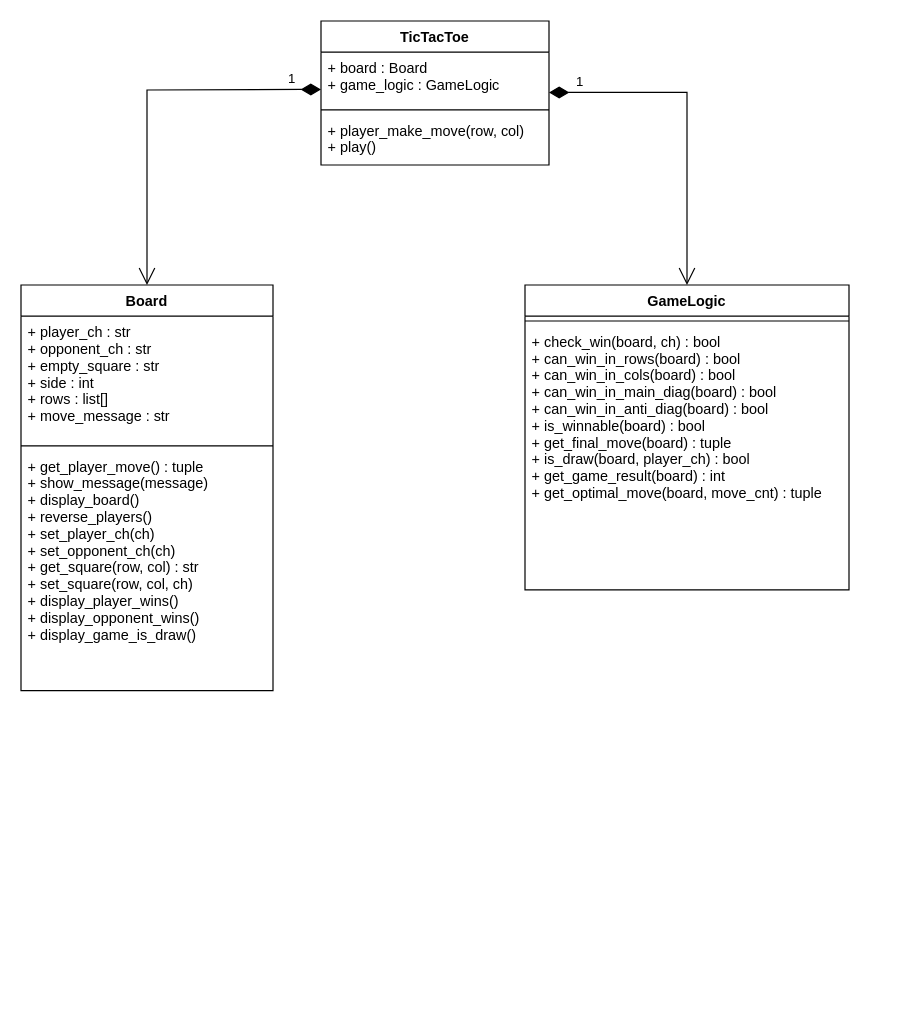
Above: Doc/Class_Diagram.drawio in dimitarnn/PythonTicTacToe (draw.io), before the change. Source tidied: cells renumbered, new cells numbered last; positions are measured from the earlier drawing's top-left corner, leaving out a move shared by most shapes. Both pictures are drawn from the tidied source at 120%, with x=0, y=0 at pixel (20, 20).
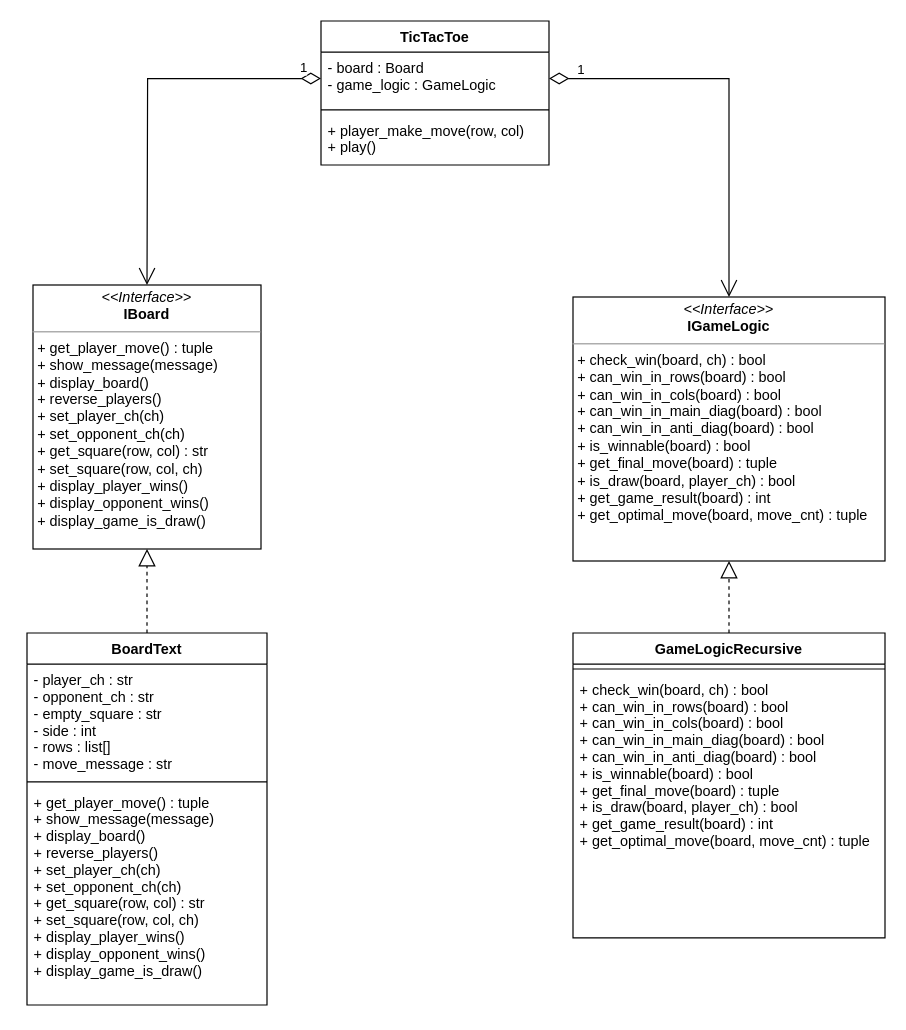
The same page after the edit.

Diff of the diagram source:
```diff
@@
 <mxGraphModel>
   <root>
     <mxCell id="0" />
     <mxCell id="1" parent="0" />
-    <mxCell id="2" value="Board" style="swimlane;fontStyle=1;align=center;verticalAlign=top;horizontal=1;startSize=26;" parent="1" vertex="1">
-      <mxGeometry y="220" width="210" height="338" as="geometry" />
-    </mxCell>
-    <mxCell id="3" value="+ player_ch : str&#10;+ opponent_ch : str&#10;+ empty_square : str&#10;+ side : int&#10;+ rows : list[]&#10;+ move_message : str" style="text;strokeColor=none;fillColor=none;align=left;verticalAlign=top;spacingLeft=4;spacingRight=4;overflow=hidden;" parent="2" vertex="1">
-      <mxGeometry y="26" width="210" height="104" as="geometry" />
-    </mxCell>
-    <mxCell id="4" style="line;strokeWidth=1;fillColor=none;align=left;verticalAlign=middle;spacingTop=-1;spacingLeft=3;spacingRight=3;labelPosition=right;" parent="2" vertex="1">
-      <mxGeometry y="130" width="210" height="8" as="geometry" />
-    </mxCell>
-    <mxCell id="5" value="+ get_player_move() : tuple&#10;+ show_message(message)&#10;+ display_board()&#10;+ reverse_players()&#10;+ set_player_ch(ch)&#10;+ set_opponent_ch(ch)&#10;+ get_square(row, col) : str&#10;+ set_square(row, col, ch)&#10;+ display_player_wins()&#10;+ display_opponent_wins()&#10;+ display_game_is_draw()" style="text;strokeColor=none;fillColor=none;align=left;verticalAlign=top;spacingLeft=4;spacingRight=4;overflow=hidden;" parent="2" vertex="1">
-      <mxGeometry y="138" width="210" height="200" as="geometry" />
-    </mxCell>
-    <mxCell id="6" value="GameLogic" style="swimlane;fontStyle=1;align=center;verticalAlign=top;horizontal=1;startSize=26;" parent="1" vertex="1">
-      <mxGeometry x="420" y="220" width="270" height="254" as="geometry" />
-    </mxCell>
-    <mxCell id="7" style="line;strokeWidth=1;fillColor=none;align=left;verticalAlign=middle;spacingTop=-1;spacingLeft=3;spacingRight=3;labelPosition=right;" parent="6" vertex="1">
-      <mxGeometry y="26" width="270" height="8" as="geometry" />
-    </mxCell>
+    <mxCell id="15" value="GameLogicRecursive" style="swimlane;fontStyle=1;align=center;verticalAlign=top;horizontal=1;startSize=26;" parent="1" vertex="1">
+      <mxGeometry x="460" y="510" width="260" height="254" as="geometry" />
+    </mxCell>
+    <mxCell id="16" style="line;strokeWidth=1;fillColor=none;align=left;verticalAlign=middle;spacingTop=-1;spacingLeft=3;spacingRight=3;labelPosition=right;" parent="15" vertex="1">
+      <mxGeometry y="26" width="260" height="8" as="geometry" />
+    </mxCell>
-    <mxCell id="8" value="+ check_win(board, ch) : bool&#10;+ can_win_in_rows(board) : bool&#10;+ can_win_in_cols(board) : bool&#10;+ can_win_in_main_diag(board) : bool&#10;+ can_win_in_anti_diag(board) : bool&#10;+ is_winnable(board) : bool&#10;+ get_final_move(board) : tuple&#10;+ is_draw(board, player_ch) : bool&#10;+ get_game_result(board) : int&#10;+ get_optimal_move(board, move_cnt) : tuple" style="text;strokeColor=none;fillColor=none;align=left;verticalAlign=top;spacingLeft=4;spacingRight=4;overflow=hidden;" parent="6" vertex="1">
-      <mxGeometry y="34" width="270" height="220" as="geometry" />
+    <mxCell id="8" value="+ check_win(board, ch) : bool&#10;+ can_win_in_rows(board) : bool&#10;+ can_win_in_cols(board) : bool&#10;+ can_win_in_main_diag(board) : bool&#10;+ can_win_in_anti_diag(board) : bool&#10;+ is_winnable(board) : bool&#10;+ get_final_move(board) : tuple&#10;+ is_draw(board, player_ch) : bool&#10;+ get_game_result(board) : int&#10;+ get_optimal_move(board, move_cnt) : tuple" style="text;strokeColor=none;fillColor=none;align=left;verticalAlign=top;spacingLeft=4;spacingRight=4;overflow=hidden;" parent="15" vertex="1">
+      <mxGeometry y="34" width="260" height="220" as="geometry" />
     </mxCell>
     <mxCell id="9" value="TicTacToe" style="swimlane;fontStyle=1;align=center;verticalAlign=top;horizontal=1;startSize=26;" parent="1" vertex="1">
       <mxGeometry x="250" width="190" height="120" as="geometry" />
     </mxCell>
-    <mxCell id="10" value="+ board : Board&#10;+ game_logic : GameLogic" style="text;strokeColor=none;fillColor=none;align=left;verticalAlign=top;spacingLeft=4;spacingRight=4;overflow=hidden;" parent="9" vertex="1">
-      <mxGeometry y="26" width="190" height="44" as="geometry" />
-    </mxCell>
+    <mxCell id="17" value="- board : Board&#10;- game_logic : GameLogic" style="text;strokeColor=none;fillColor=none;align=left;verticalAlign=top;spacingLeft=4;spacingRight=4;overflow=hidden;points=[[0,0.5],[1,0.5]];portConstraint=eastwest;" parent="9" vertex="1">
+      <mxGeometry y="26" width="190" height="44" as="geometry" />
+    </mxCell>
     <mxCell id="11" style="line;strokeWidth=1;fillColor=none;align=left;verticalAlign=middle;spacingTop=-1;spacingLeft=3;spacingRight=3;labelPosition=right;" parent="9" vertex="1">
       <mxGeometry y="70" width="190" height="8" as="geometry" />
     </mxCell>
     <mxCell id="12" value="+ player_make_move(row, col)&#10;+ play()" style="text;strokeColor=none;fillColor=none;align=left;verticalAlign=top;spacingLeft=4;spacingRight=4;overflow=hidden;" parent="9" vertex="1">
       <mxGeometry y="78" width="190" height="42" as="geometry" />
     </mxCell>
-    <mxCell id="13" value="1" style="endArrow=open;html=1;endSize=12;startArrow=diamondThin;startSize=14;startFill=1;edgeStyle=orthogonalEdgeStyle;align=left;verticalAlign=bottom;rounded=0;entryX=0.5;entryY=0;entryDx=0;entryDy=0;" parent="1" edge="1" target="6">
-      <mxGeometry x="-0.85" relative="1" as="geometry">
-        <mxPoint x="440" y="59.5" as="sourcePoint" />
-        <Array as="points">
-          <mxPoint x="555" y="60" />
-        </Array>
-      </mxGeometry>
-    </mxCell>
-    <mxCell id="14" value="1" style="endArrow=open;html=1;endSize=12;startArrow=diamondThin;startSize=14;startFill=1;edgeStyle=orthogonalEdgeStyle;align=left;verticalAlign=bottom;rounded=0;entryX=0.5;entryY=0;entryDx=0;entryDy=0;" parent="1" edge="1" target="2">
-      <mxGeometry x="-0.81" relative="1" as="geometry">
-        <mxPoint x="250" y="57" as="sourcePoint" />
-      </mxGeometry>
-    </mxCell>
+    <mxCell id="18" value="1" style="endArrow=open;html=1;endSize=12;startArrow=diamondThin;startSize=14;startFill=0;edgeStyle=orthogonalEdgeStyle;align=left;verticalAlign=bottom;rounded=0;exitX=0;exitY=0.5;exitDx=0;exitDy=0;" parent="1" edge="1" source="17">
+      <mxGeometry x="-0.88" relative="1" as="geometry">
+        <mxPoint x="105" y="220" as="targetPoint" />
+      </mxGeometry>
+    </mxCell>
+    <mxCell id="19" value="1" style="endArrow=open;html=1;endSize=12;startArrow=diamondThin;startSize=14;startFill=0;edgeStyle=orthogonalEdgeStyle;align=left;verticalAlign=bottom;rounded=0;exitX=1;exitY=0.5;exitDx=0;exitDy=0;entryX=0.5;entryY=0;entryDx=0;entryDy=0;" parent="1" edge="1" source="17" target="26">
+      <mxGeometry x="-0.87" y="-2" relative="1" as="geometry" />
+    </mxCell>
+    <mxCell id="20" value="BoardText" style="swimlane;fontStyle=1;align=center;verticalAlign=top;horizontal=1;startSize=26;" parent="1" vertex="1">
+      <mxGeometry x="5" y="510" width="200" height="310" as="geometry" />
+    </mxCell>
+    <mxCell id="21" value="- player_ch : str&#10;- opponent_ch : str&#10;- empty_square : str&#10;- side : int&#10;- rows : list[]&#10;- move_message : str" style="text;strokeColor=none;fillColor=none;align=left;verticalAlign=top;spacingLeft=4;spacingRight=4;overflow=hidden;" parent="20" vertex="1">
+      <mxGeometry y="26" width="200" height="94" as="geometry" />
+    </mxCell>
+    <mxCell id="22" style="line;strokeWidth=1;fillColor=none;align=left;verticalAlign=middle;spacingTop=-1;spacingLeft=3;spacingRight=3;labelPosition=right;" parent="20" vertex="1">
+      <mxGeometry y="120" width="200" height="8" as="geometry" />
+    </mxCell>
+    <mxCell id="5" value="+ get_player_move() : tuple&#10;+ show_message(message)&#10;+ display_board()&#10;+ reverse_players()&#10;+ set_player_ch(ch)&#10;+ set_opponent_ch(ch)&#10;+ get_square(row, col) : str&#10;+ set_square(row, col, ch)&#10;+ display_player_wins()&#10;+ display_opponent_wins()&#10;+ display_game_is_draw()" style="text;strokeColor=none;fillColor=none;align=left;verticalAlign=top;spacingLeft=4;spacingRight=4;overflow=hidden;" parent="20" vertex="1">
+      <mxGeometry y="128" width="200" height="182" as="geometry" />
+    </mxCell>
+    <mxCell id="23" style="endArrow=block;dashed=1;endFill=0;endSize=12;html=1;rounded=0;exitX=0.5;exitY=0;exitDx=0;exitDy=0;entryX=0.5;entryY=1;entryDx=0;entryDy=0;" parent="1" edge="1" source="15" target="26">
+      <mxGeometry relative="1" as="geometry" />
+    </mxCell>
+    <mxCell id="24" style="endArrow=block;dashed=1;endFill=0;endSize=12;html=1;rounded=0;exitX=0.5;exitY=0;exitDx=0;exitDy=0;entryX=0.5;entryY=1;entryDx=0;entryDy=0;" parent="1" edge="1" source="20" target="25">
+      <mxGeometry relative="1" as="geometry" />
+    </mxCell>
+    <mxCell id="25" value="&lt;p style=&quot;margin: 0px ; margin-top: 4px ; text-align: center&quot;&gt;&lt;i&gt;&amp;lt;&amp;lt;Interface&amp;gt;&amp;gt;&lt;/i&gt;&lt;br&gt;&lt;b&gt;IBoard&lt;/b&gt;&lt;/p&gt;&lt;hr size=&quot;1&quot;&gt;&lt;p style=&quot;margin: 0px ; margin-left: 4px&quot;&gt;+ get_player_move() : tuple&lt;br style=&quot;padding: 0px ; margin: 0px&quot;&gt;+ show_message(message)&lt;br style=&quot;padding: 0px ; margin: 0px&quot;&gt;+ display_board()&lt;br style=&quot;padding: 0px ; margin: 0px&quot;&gt;+ reverse_players()&lt;br style=&quot;padding: 0px ; margin: 0px&quot;&gt;+ set_player_ch(ch)&lt;br style=&quot;padding: 0px ; margin: 0px&quot;&gt;+ set_opponent_ch(ch)&lt;br style=&quot;padding: 0px ; margin: 0px&quot;&gt;+ get_square(row, col) : str&lt;br style=&quot;padding: 0px ; margin: 0px&quot;&gt;+ set_square(row, col, ch)&lt;br style=&quot;padding: 0px ; margin: 0px&quot;&gt;+ display_player_wins()&lt;br style=&quot;padding: 0px ; margin: 0px&quot;&gt;+ display_opponent_wins()&lt;br style=&quot;padding: 0px ; margin: 0px&quot;&gt;+ display_game_is_draw()&lt;br&gt;&lt;/p&gt;" style="verticalAlign=top;align=left;overflow=fill;fontSize=12;fontFamily=Helvetica;html=1;" parent="1" vertex="1">
+      <mxGeometry x="10" y="220" width="190" height="220" as="geometry" />
+    </mxCell>
+    <mxCell id="26" value="&lt;p style=&quot;margin: 0px ; margin-top: 4px ; text-align: center&quot;&gt;&lt;i&gt;&amp;lt;&amp;lt;Interface&amp;gt;&amp;gt;&lt;/i&gt;&lt;br&gt;&lt;b&gt;IGameLogic&lt;/b&gt;&lt;/p&gt;&lt;hr size=&quot;1&quot;&gt;&lt;p style=&quot;margin: 0px ; margin-left: 4px&quot;&gt;+ check_win(board, ch) : bool&lt;br style=&quot;padding: 0px ; margin: 0px&quot;&gt;+ can_win_in_rows(board) : bool&lt;br style=&quot;padding: 0px ; margin: 0px&quot;&gt;+ can_win_in_cols(board) : bool&lt;br style=&quot;padding: 0px ; margin: 0px&quot;&gt;+ can_win_in_main_diag(board) : bool&lt;br style=&quot;padding: 0px ; margin: 0px&quot;&gt;+ can_win_in_anti_diag(board) : bool&lt;br style=&quot;padding: 0px ; margin: 0px&quot;&gt;+ is_winnable(board) : bool&lt;br style=&quot;padding: 0px ; margin: 0px&quot;&gt;+ get_final_move(board) : tuple&lt;br style=&quot;padding: 0px ; margin: 0px&quot;&gt;+ is_draw(board, player_ch) : bool&lt;br style=&quot;padding: 0px ; margin: 0px&quot;&gt;+ get_game_result(board) : int&lt;br style=&quot;padding: 0px ; margin: 0px&quot;&gt;+ get_optimal_move(board, move_cnt) : tuple&lt;br&gt;&lt;/p&gt;" style="verticalAlign=top;align=left;overflow=fill;fontSize=12;fontFamily=Helvetica;html=1;" parent="1" vertex="1">
+      <mxGeometry x="460" y="230" width="260" height="220" as="geometry" />
+    </mxCell>
   </root>
 </mxGraphModel>
```
